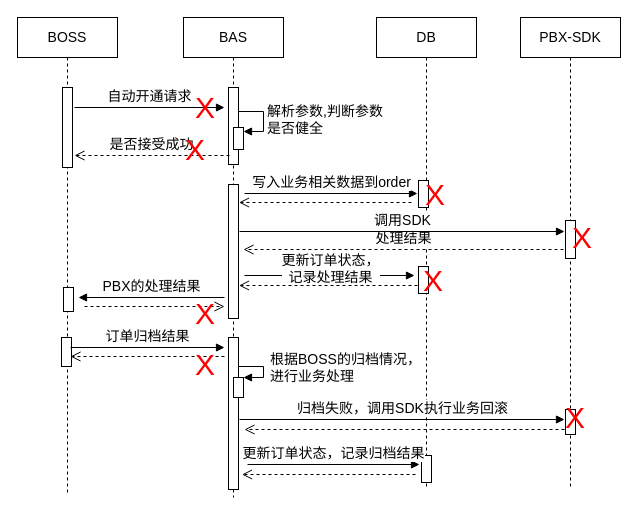
waterwatermelon/graph keeps this draw.io diagram as page "sequence-error-response-Common" (3 of 5) of BAS/BAS-Henan.drawio. Above is the earlier version. Source tidied: cells renumbered, new cells numbered last; positions are measured from the earlier drawing's top-left corner, leaving out a move shared by most shapes. Both pictures are drawn from the tidied source at 100%, with x=0, y=0 at pixel (17, 17).
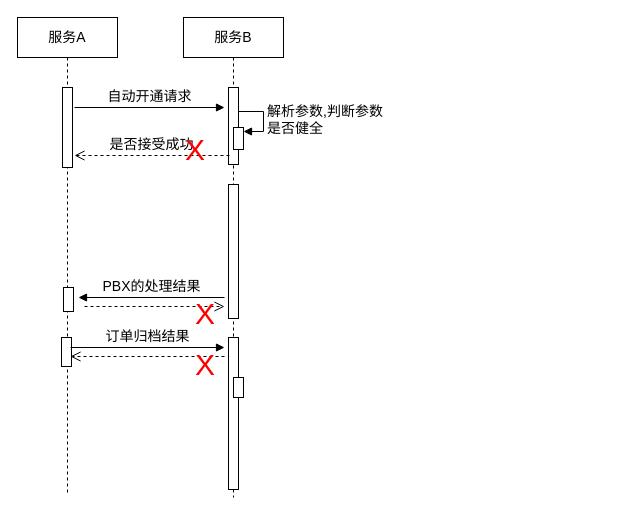
Above is the later version.

The change refers to these unchanged cells:
```xml
<mxCell id="22" style="html=1;points=[];perimeter=orthogonalPerimeter;fontSize=14;" parent="1" vertex="1">
  <mxGeometry x="216" y="360" width="10" height="20" as="geometry" />
</mxCell>
```

The edit, as a diff of the source:
```diff
@@
-    <mxCell id="2" value="BOSS" style="shape=umlLifeline;perimeter=lifelinePerimeter;whiteSpace=wrap;html=1;fontSize=14;" parent="1" vertex="1">
+    <mxCell id="2" value="服务A" style="shape=umlLifeline;perimeter=lifelinePerimeter;whiteSpace=wrap;html=1;fontSize=14;" parent="1" vertex="1">
       <mxGeometry width="100" height="475" as="geometry" />
     </mxCell>
@@
-    <mxCell id="5" value="BAS" style="shape=umlLifeline;perimeter=lifelinePerimeter;whiteSpace=wrap;html=1;fontSize=14;" parent="1" vertex="1">
+    <mxCell id="5" value="服务B" style="shape=umlLifeline;perimeter=lifelinePerimeter;whiteSpace=wrap;html=1;fontSize=14;" parent="1" vertex="1">
       <mxGeometry x="166" width="100" height="480" as="geometry" />
     </mxCell>
@@
-    <mxCell id="9" value="DB" style="shape=umlLifeline;perimeter=lifelinePerimeter;whiteSpace=wrap;html=1;fontSize=14;" parent="1" vertex="1">
-      <mxGeometry x="359" width="100" height="470" as="geometry" />
-    </mxCell>
-    <mxCell id="10" value="PBX-SDK" style="shape=umlLifeline;perimeter=lifelinePerimeter;whiteSpace=wrap;html=1;fontSize=14;" parent="1" vertex="1">
-      <mxGeometry x="503" width="100" height="469" as="geometry" />
-    </mxCell>
-    <mxCell id="11" style="html=1;perimeter=orthogonalPerimeter;fontSize=14;" parent="10" vertex="1">
-      <mxGeometry x="45" y="203" width="10" height="38" as="geometry" />
-    </mxCell>
-    <mxCell id="12" style="html=1;perimeter=orthogonalPerimeter;fontSize=14;" parent="10" vertex="1">
-      <mxGeometry x="45" y="392" width="10" height="25" as="geometry" />
-    </mxCell>
@@
-    <mxCell id="17" value="处理结果" style="html=1;verticalAlign=bottom;endArrow=open;dashed=1;endSize=8;fontSize=14;" parent="1" edge="1">
-      <mxGeometry relative="1" as="geometry">
-        <mxPoint x="546" y="232" as="sourcePoint" />
-        <mxPoint x="226" y="232" as="targetPoint" />
-      </mxGeometry>
-    </mxCell>
-    <mxCell id="18" value="调用SDK" style="html=1;verticalAlign=bottom;endArrow=block;fontSize=14;" parent="1" edge="1">
-      <mxGeometry relative="1" as="geometry">
-        <mxPoint x="222" y="214" as="sourcePoint" />
-        <mxPoint x="547" y="214" as="targetPoint" />
-      </mxGeometry>
-    </mxCell>
@@
-    <mxCell id="23" style="edgeStyle=orthogonalEdgeStyle;html=1;align=left;spacingLeft=2;endArrow=block;rounded=0;entryX=1;entryY=0;fontSize=14;" parent="1" edge="1" target="22">
-      <mxGeometry relative="1" as="geometry">
-        <mxPoint x="221" y="349" as="sourcePoint" />
-        <Array as="points">
-          <mxPoint x="246" y="349" />
-        </Array>
-      </mxGeometry>
-    </mxCell>
-    <mxCell id="24" value="根据BOSS的归档情况，&lt;br&gt;进行业务处理" style="text;html=1;fontSize=14;" parent="1" vertex="1">
-      <mxGeometry x="251" y="327" width="130" height="30" as="geometry" />
-    </mxCell>
-    <mxCell id="25" style="html=1;perimeter=orthogonalPerimeter;fontSize=14;" parent="1" vertex="1">
-      <mxGeometry x="401" y="163" width="10" height="27" as="geometry" />
-    </mxCell>
-    <mxCell id="26" value="写入业务相关数据到order" style="html=1;verticalAlign=bottom;endArrow=block;fontSize=14;" parent="1" edge="1">
-      <mxGeometry relative="1" as="geometry">
-        <mxPoint x="227" y="176" as="sourcePoint" />
-        <mxPoint x="400" y="176" as="targetPoint" />
-      </mxGeometry>
-    </mxCell>
-    <mxCell id="27" style="html=1;verticalAlign=bottom;endArrow=open;dashed=1;endSize=8;fontSize=14;" parent="1" edge="1">
-      <mxGeometry relative="1" as="geometry">
-        <mxPoint x="394" y="185" as="sourcePoint" />
-        <mxPoint x="221.5" y="185" as="targetPoint" />
-      </mxGeometry>
-    </mxCell>
@@
-    <mxCell id="30" style="html=1;verticalAlign=bottom;endArrow=open;dashed=1;endSize=8;fontSize=14;" parent="1" edge="1">
-      <mxGeometry relative="1" as="geometry">
-        <mxPoint x="547" y="412" as="sourcePoint" />
-        <mxPoint x="227" y="412" as="targetPoint" />
-      </mxGeometry>
-    </mxCell>
-    <mxCell id="31" value="归档失败，调用SDK执行业务回滚" style="html=1;verticalAlign=bottom;endArrow=block;fontSize=14;" parent="1" edge="1">
-      <mxGeometry relative="1" as="geometry">
-        <mxPoint x="222" y="402" as="sourcePoint" />
-        <mxPoint x="547" y="402" as="targetPoint" />
-      </mxGeometry>
-    </mxCell>
-    <mxCell id="32" style="html=1;perimeter=orthogonalPerimeter;fontSize=14;" parent="1" vertex="1">
-      <mxGeometry x="401" y="249" width="10" height="27" as="geometry" />
-    </mxCell>
-    <mxCell id="33" value="更新订单状态，&lt;br&gt;记录处理结果" style="html=1;verticalAlign=bottom;endArrow=block;fontSize=14;" parent="1" edge="1">
-      <mxGeometry x="0.01" y="-13" relative="1" as="geometry">
-        <mxPoint x="227" y="258" as="sourcePoint" />
-        <mxPoint x="397" y="258" as="targetPoint" />
-      </mxGeometry>
-    </mxCell>
-    <mxCell id="34" style="html=1;verticalAlign=bottom;endArrow=open;dashed=1;endSize=8;fontSize=14;" parent="1" edge="1">
-      <mxGeometry relative="1" as="geometry">
-        <mxPoint x="400" y="268" as="sourcePoint" />
-        <mxPoint x="221.5" y="268" as="targetPoint" />
-      </mxGeometry>
-    </mxCell>
-    <mxCell id="35" style="html=1;perimeter=orthogonalPerimeter;fontSize=14;" parent="1" vertex="1">
-      <mxGeometry x="404" y="438" width="10" height="27" as="geometry" />
-    </mxCell>
-    <mxCell id="36" value="更新订单状态，记录归档结果" style="html=1;verticalAlign=bottom;endArrow=block;fontSize=14;" parent="1" edge="1">
-      <mxGeometry relative="1" as="geometry">
-        <mxPoint x="230" y="447" as="sourcePoint" />
-        <mxPoint x="402" y="447" as="targetPoint" />
-      </mxGeometry>
-    </mxCell>
-    <mxCell id="37" style="html=1;verticalAlign=bottom;endArrow=open;dashed=1;endSize=8;fontSize=14;" parent="1" edge="1">
-      <mxGeometry relative="1" as="geometry">
-        <mxPoint x="398" y="457" as="sourcePoint" />
-        <mxPoint x="224.5" y="457" as="targetPoint" />
-      </mxGeometry>
-    </mxCell>
-    <mxCell id="38" value="&lt;font style=&quot;font-size: 30px&quot; color=&quot;#ff0000&quot;&gt;X&lt;/font&gt;" style="text;html=1;align=left;verticalAlign=top;spacingTop=-4;" parent="1" vertex="1">
-      <mxGeometry x="553" y="200" width="40" height="20" as="geometry" />
-    </mxCell>
-    <mxCell id="39" value="&lt;font style=&quot;font-size: 30px&quot; color=&quot;#ff0000&quot;&gt;X&lt;/font&gt;" style="text;html=1;align=left;verticalAlign=top;spacingTop=-4;" parent="1" vertex="1">
-      <mxGeometry x="176" y="70" width="40" height="20" as="geometry" />
-    </mxCell>
@@
-    <mxCell id="41" value="&lt;font style=&quot;font-size: 30px&quot; color=&quot;#ff0000&quot;&gt;X&lt;/font&gt;" style="text;html=1;align=left;verticalAlign=top;spacingTop=-4;" parent="1" vertex="1">
-      <mxGeometry x="406" y="156.5" width="40" height="20" as="geometry" />
-    </mxCell>
-    <mxCell id="42" value="&lt;font style=&quot;font-size: 30px&quot; color=&quot;#ff0000&quot;&gt;X&lt;/font&gt;" style="text;html=1;align=left;verticalAlign=top;spacingTop=-4;" parent="1" vertex="1">
-      <mxGeometry x="546" y="380" width="40" height="20" as="geometry" />
-    </mxCell>
@@
-    <mxCell id="44" value="&lt;font style=&quot;font-size: 30px&quot; color=&quot;#ff0000&quot;&gt;X&lt;/font&gt;" style="text;html=1;align=left;verticalAlign=top;spacingTop=-4;" parent="1" vertex="1">
-      <mxGeometry x="404" y="242.5" width="40" height="20" as="geometry" />
-    </mxCell>
```
